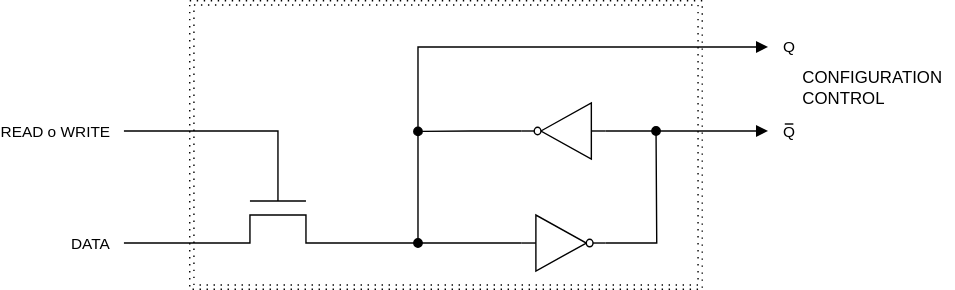
MPSU/APS keeps this draw.io diagram as .pic/Introduction/Sequential logic/fig_06.drawio.svg. Above is the earlier version. Source tidied: cells renumbered, new cells last; positions are measured from the earlier drawing's top-left corner, leaving out a move shared by most shapes. The source it was exported from:
```xml
<mxGraphModel>
  <root>
    <mxCell id="0" />
    <mxCell id="1" parent="0" />
    <mxCell id="2" style="rounded=0;whiteSpace=wrap;html=1;dashed=1;dashPattern=1 4;fillColor=none;" parent="1" vertex="1">
      <mxGeometry x="50" y="3" width="360" height="200" as="geometry" />
    </mxCell>
    <mxCell id="3" style="edgeStyle=orthogonalEdgeStyle;rounded=0;jettySize=auto;html=1;exitX=1;exitY=0.5;exitDx=0;exitDy=0;exitPerimeter=0;endArrow=oval;endFill=1;" parent="1" edge="1" source="4">
      <mxGeometry relative="1" as="geometry">
        <mxPoint x="380" y="93" as="targetPoint" />
      </mxGeometry>
    </mxCell>
    <mxCell id="4" style="verticalLabelPosition=bottom;shadow=0;dashed=0;align=center;html=1;verticalAlign=top;shape=mxgraph.electrical.logic_gates.inverter_2;" parent="1" vertex="1">
      <mxGeometry x="284" y="153" width="60" height="40" as="geometry" />
    </mxCell>
    <mxCell id="5" style="edgeStyle=orthogonalEdgeStyle;rounded=0;jettySize=auto;html=1;exitX=1;exitY=0.5;exitDx=0;exitDy=0;exitPerimeter=0;endArrow=oval;endFill=1;" parent="1" edge="1" source="6">
      <mxGeometry relative="1" as="geometry">
        <mxPoint x="210" y="93.3" as="targetPoint" />
      </mxGeometry>
    </mxCell>
    <mxCell id="6" style="verticalLabelPosition=bottom;shadow=0;dashed=0;align=center;html=1;verticalAlign=top;shape=mxgraph.electrical.logic_gates.inverter_2;rotation=-180;" parent="1" vertex="1">
      <mxGeometry x="284" y="73" width="60" height="40" as="geometry" />
    </mxCell>
    <mxCell id="7" style="endArrow=none;html=1;rounded=0;entryX=0;entryY=0.5;entryDx=0;entryDy=0;entryPerimeter=0;" parent="1" edge="1" target="4">
      <mxGeometry relative="1" as="geometry">
        <mxPoint y="173" as="sourcePoint" />
        <Array as="points">
          <mxPoint x="90" y="173" />
          <mxPoint x="90" y="153" />
          <mxPoint x="130" y="153" />
          <mxPoint x="130" y="173" />
        </Array>
      </mxGeometry>
    </mxCell>
    <mxCell id="8" value="DATA" style="edgeLabel;html=1;align=center;verticalAlign=middle;" parent="7" vertex="1">
      <mxGeometry x="-0.89" y="2" relative="1" as="geometry">
        <mxPoint x="-43" y="2" as="offset" />
      </mxGeometry>
    </mxCell>
    <mxCell id="9" style="endArrow=none;html=1;rounded=0;" parent="1" edge="1">
      <mxGeometry relative="1" as="geometry">
        <mxPoint x="90" y="143" as="sourcePoint" />
        <mxPoint x="130" y="143" as="targetPoint" />
      </mxGeometry>
    </mxCell>
    <mxCell id="10" style="endArrow=none;html=1;rounded=0;" parent="1" edge="1">
      <mxGeometry relative="1" as="geometry">
        <mxPoint y="93" as="sourcePoint" />
        <mxPoint x="110" y="143" as="targetPoint" />
        <Array as="points">
          <mxPoint x="110" y="93" />
        </Array>
      </mxGeometry>
    </mxCell>
    <mxCell id="11" value="READ o WRITE" style="edgeLabel;html=1;align=center;verticalAlign=middle;" parent="10" vertex="1">
      <mxGeometry x="-0.76" y="2" relative="1" as="geometry">
        <mxPoint x="-69" y="2" as="offset" />
      </mxGeometry>
    </mxCell>
    <mxCell id="12" style="endArrow=block;html=1;rounded=0;exitX=0;exitY=0.5;exitDx=0;exitDy=0;exitPerimeter=0;endFill=1;" parent="1" edge="1" source="6">
      <mxGeometry relative="1" as="geometry">
        <mxPoint x="460" y="93" as="targetPoint" />
      </mxGeometry>
    </mxCell>
    <mxCell id="13" value="&lt;p style=&quot;line-height: 100%;&quot;&gt;&lt;u&gt;&amp;nbsp;&amp;nbsp;&lt;/u&gt;&lt;br&gt;Q&lt;/p&gt;" style="edgeLabel;html=1;align=center;verticalAlign=middle;fontStyle=0;" parent="12" vertex="1">
      <mxGeometry x="0.52" y="-2" relative="1" as="geometry">
        <mxPoint x="42" y="-8" as="offset" />
      </mxGeometry>
    </mxCell>
    <mxCell id="14" style="endArrow=block;html=1;rounded=0;endFill=1;startArrow=oval;startFill=1;" parent="1" edge="1">
      <mxGeometry relative="1" as="geometry">
        <mxPoint x="210" y="173" as="sourcePoint" />
        <mxPoint x="460" y="33" as="targetPoint" />
        <Array as="points">
          <mxPoint x="210" y="33" />
        </Array>
      </mxGeometry>
    </mxCell>
    <mxCell id="15" value="Q" style="edgeLabel;html=1;align=center;verticalAlign=middle;" parent="14" vertex="1">
      <mxGeometry x="0.89" y="2" relative="1" as="geometry">
        <mxPoint x="36" y="1" as="offset" />
      </mxGeometry>
    </mxCell>
    <mxCell id="16" value="&lt;span style=&quot;text-wrap: nowrap;&quot;&gt;CONFIGURATION&lt;br&gt;CONTROL&lt;/span&gt;" style="text;html=1;align=left;verticalAlign=middle;whiteSpace=wrap;rounded=0;" parent="1" vertex="1">
      <mxGeometry x="483" y="37" width="110" height="50" as="geometry" />
    </mxCell>
    <mxCell id="17" style="rounded=0;whiteSpace=wrap;html=1;dashed=1;dashPattern=1 4;fillColor=none;" parent="1" vertex="1">
      <mxGeometry x="47" width="366" height="206" as="geometry" />
    </mxCell>
  </root>
</mxGraphModel>
```
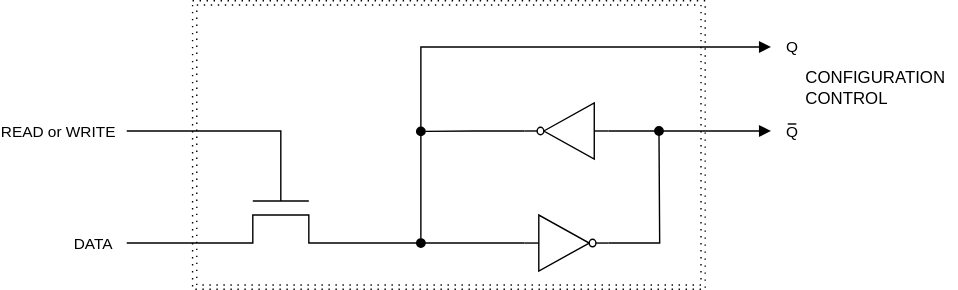
The same file after the commit.

Commit message:
Исправление опечатки на рисунке

Diff of the diagram source:
```diff
@@ -52,7 +52,7 @@
         </Array>
       </mxGeometry>
     </mxCell>
-    <mxCell id="11" value="READ o WRITE" style="edgeLabel;html=1;align=center;verticalAlign=middle;" parent="10" vertex="1">
+    <mxCell id="11" value="READ or WRITE" style="edgeLabel;html=1;align=center;verticalAlign=middle;" parent="10" vertex="1">
       <mxGeometry x="-0.76" y="2" relative="1" as="geometry">
         <mxPoint x="-69" y="2" as="offset" />
       </mxGeometry>
```
